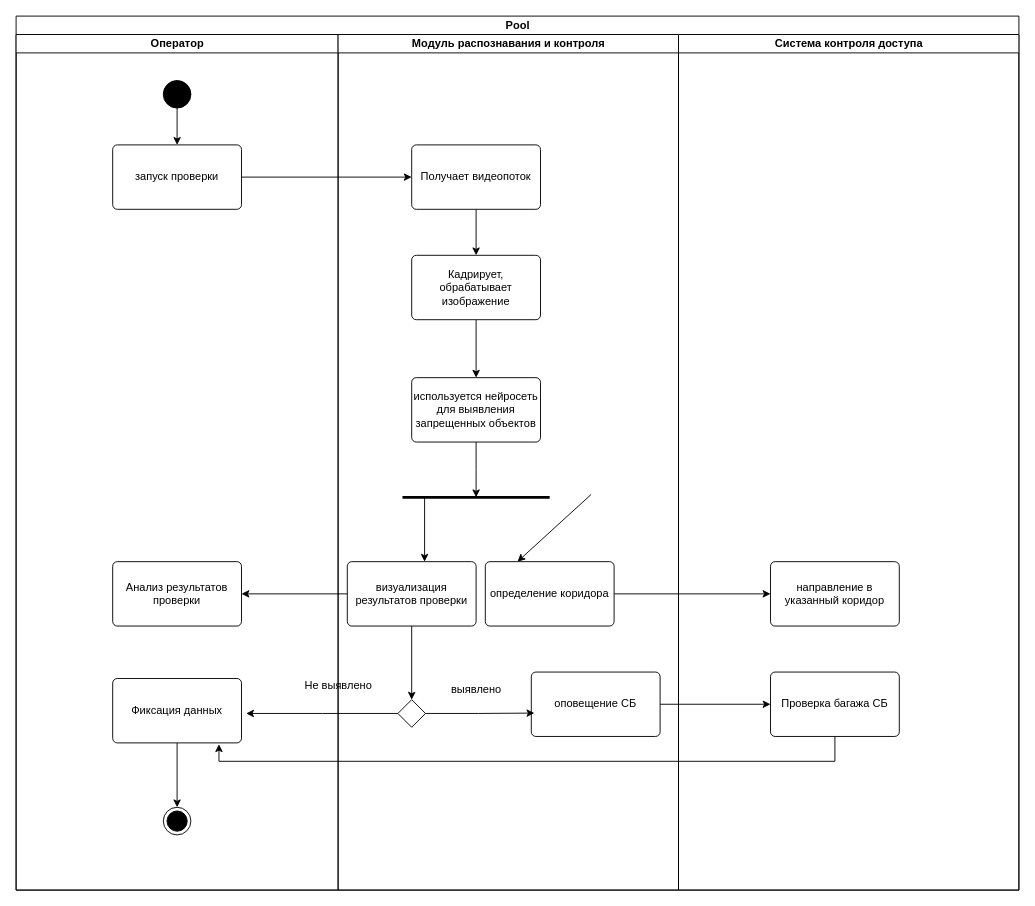
Above: page "UML деятельности - распознавание" (2 of 7) of Диаграммы/UML_диаграммы.drawio in Cepheymusic/System-engineering (draw.io), before the change. Source tidied: cells renumbered, new cells numbered last; positions are measured from the earlier drawing's top-left corner, leaving out a move shared by most shapes. Both pictures are drawn from the tidied source at 92%, with x=0, y=0 at pixel (16, 16).
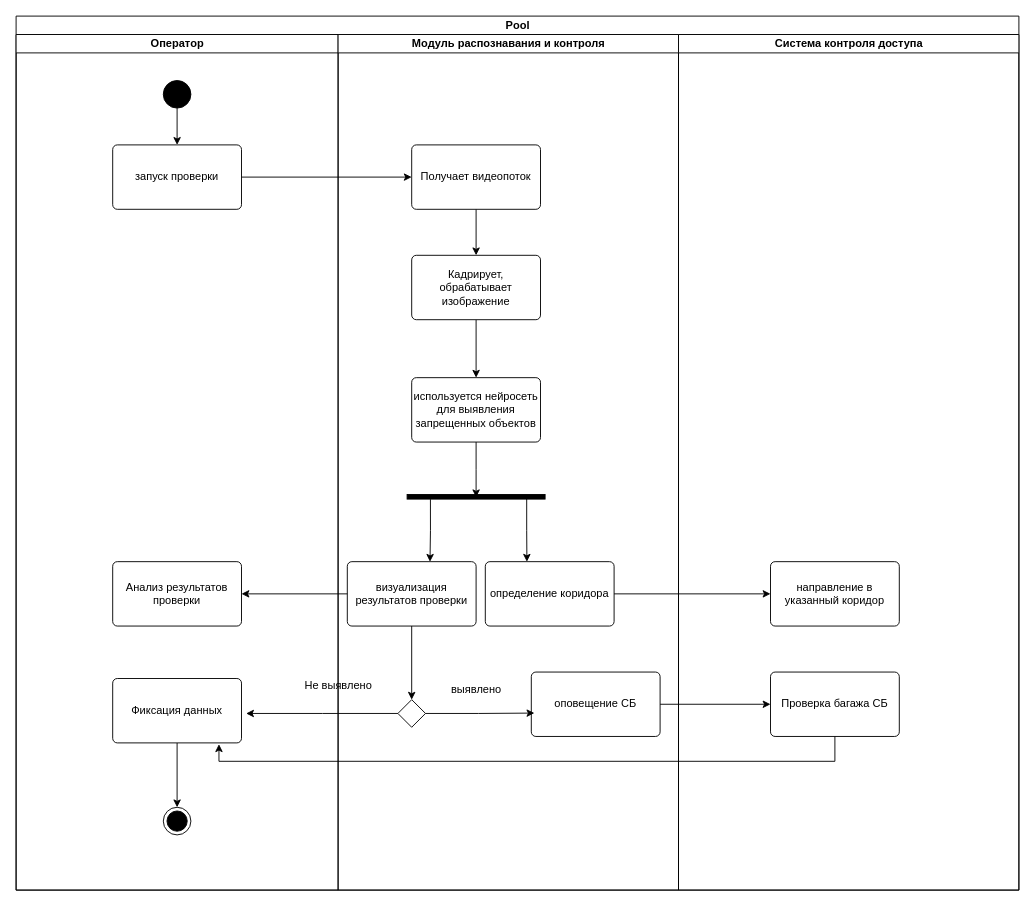
After the change.

Unchanged cells that the change refers to:
```xml
<mxCell id="11" value="Модуль распознавания и контроля" style="swimlane;startSize=20;html=1;" parent="2" vertex="1">
  <mxGeometry x="350" y="20" width="370" height="930" as="geometry" />
</mxCell>
<mxCell id="19" value="определение коридора" style="html=1;align=center;verticalAlign=middle;rounded=1;absoluteArcSize=1;arcSize=10;dashed=0;whiteSpace=wrap;" parent="11" vertex="1">
  <mxGeometry x="160" y="573" width="140" height="70" as="geometry" />
</mxCell>
<mxCell id="21" value="визуализация результатов проверки" style="html=1;align=center;verticalAlign=middle;rounded=1;absoluteArcSize=1;arcSize=10;dashed=0;whiteSpace=wrap;" parent="11" vertex="1">
  <mxGeometry x="10" y="573" width="140" height="70" as="geometry" />
</mxCell>
```

Diff of the diagram source:
```diff
@@
-    <mxCell id="18" style="endArrow=none;startArrow=none;endFill=0;startFill=0;endSize=8;html=1;verticalAlign=bottom;labelBackgroundColor=none;strokeWidth=3;rounded=0;" parent="11" edge="1">
-      <mxGeometry relative="1" as="geometry">
-        <mxPoint x="70" y="503" as="sourcePoint" />
-        <mxPoint x="230" y="503" as="targetPoint" />
-      </mxGeometry>
-    </mxCell>
@@
-    <mxCell id="22" style="endArrow=classic;html=1;rounded=0;entryX=0.25;entryY=0;entryDx=0;entryDy=0;" parent="11" edge="1">
-      <mxGeometry relative="1" as="geometry">
-        <mxPoint x="94" y="503" as="sourcePoint" />
-        <mxPoint x="94" y="573" as="targetPoint" />
-      </mxGeometry>
-    </mxCell>
@@
+    <mxCell id="38" style="edgeStyle=orthogonalEdgeStyle;rounded=0;jettySize=auto;html=1;exitX=0.238;exitY=0.122;exitDx=0;exitDy=0;exitPerimeter=0;entryX=0.323;entryY=0.001;entryDx=0;entryDy=0;entryPerimeter=0;" parent="11" edge="1" source="40" target="19">
+      <mxGeometry relative="1" as="geometry">
+        <Array as="points">
+          <mxPoint x="205" y="501" />
+          <mxPoint x="205" y="539" />
+        </Array>
+      </mxGeometry>
+    </mxCell>
+    <mxCell id="39" style="edgeStyle=orthogonalEdgeStyle;rounded=0;jettySize=auto;html=1;exitX=1.026;exitY=0.831;exitDx=0;exitDy=0;exitPerimeter=0;entryX=0.642;entryY=0.002;entryDx=0;entryDy=0;entryPerimeter=0;" parent="11" edge="1" source="40" target="21">
+      <mxGeometry relative="1" as="geometry" />
+    </mxCell>
+    <mxCell id="40" style="html=1;points=[];perimeter=orthogonalPerimeter;fillColor=strokeColor;direction=south;" parent="11" vertex="1">
+      <mxGeometry x="75" y="500" width="150" height="5" as="geometry" />
+    </mxCell>
@@
-    <mxCell id="37" style="endArrow=classic;html=1;rounded=0;entryX=0.25;entryY=0;entryDx=0;entryDy=0;" parent="1" edge="1" target="19">
-      <mxGeometry relative="1" as="geometry">
-        <mxPoint x="625" y="520" as="sourcePoint" />
-      </mxGeometry>
-    </mxCell>
```
